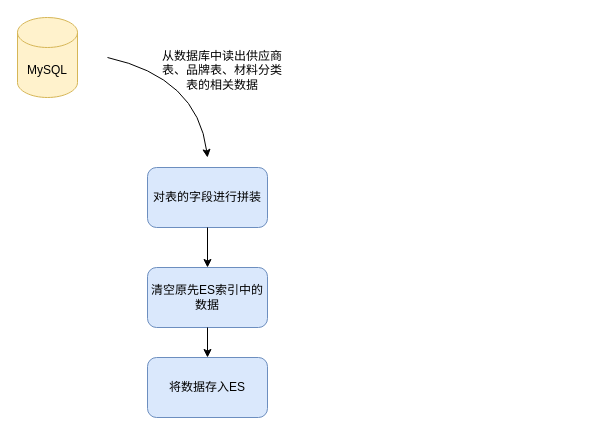
Earlier version of the draw.io diagram draw.io/定时任务逻辑.drawio (KeatonLi/pictures). Source tidied: cells renumbered, new cells numbered last; positions are measured from the earlier drawing's top-left corner, leaving out a move shared by most shapes. Both pictures are drawn from the tidied source at 100%, with x=0, y=0 at pixel (17, 17).
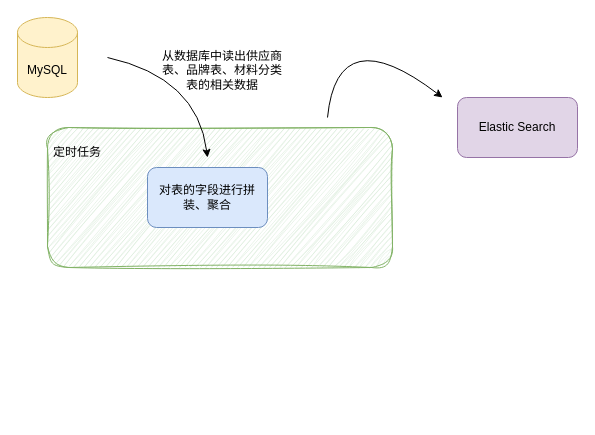
After the change.

Commit message:
更新定时任务逻辑.drawio

Change to the diagram source:
```diff
@@
 <mxGraphModel>
   <root>
     <mxCell id="0" />
     <mxCell id="1" parent="0" />
+    <mxCell id="10" style="rounded=1;whiteSpace=wrap;html=1;fillColor=#d5e8d4;strokeColor=#82b366;sketch=1;curveFitting=1;jiggle=2;" parent="1" vertex="1">
+      <mxGeometry x="30" y="110" width="345" height="140" as="geometry" />
+    </mxCell>
     <mxCell id="2" value="MySQL" style="shape=cylinder3;whiteSpace=wrap;html=1;boundedLbl=1;backgroundOutline=1;size=15;fillColor=#fff2cc;strokeColor=#d6b656;" parent="1" vertex="1">
       <mxGeometry width="60" height="80" as="geometry" />
     </mxCell>
-    <mxCell id="3" value="对表的字段进行拼装" style="rounded=1;whiteSpace=wrap;html=1;fillColor=#dae8fc;strokeColor=#6c8ebf;" parent="1" vertex="1">
+    <mxCell id="3" value="对表的字段进行拼装、聚合" style="rounded=1;whiteSpace=wrap;html=1;fillColor=#dae8fc;strokeColor=#6c8ebf;" parent="1" vertex="1">
       <mxGeometry x="130" y="150" width="120" height="60" as="geometry" />
     </mxCell>
     <mxCell id="4" style="endArrow=classic;html=1;curved=1;" parent="1" edge="1">
       <mxGeometry relative="1" as="geometry">
         <mxPoint x="90" y="40" as="sourcePoint" />
         <mxPoint x="190" y="140" as="targetPoint" />
         <Array as="points">
           <mxPoint x="180" y="60" />
         </Array>
       </mxGeometry>
     </mxCell>
     <mxCell id="5" value="从数据库中读出供应商表、品牌表、材料分类表的相关数据" style="text;html=1;strokeColor=none;fillColor=none;align=center;verticalAlign=middle;whiteSpace=wrap;rounded=0;" parent="1" vertex="1">
       <mxGeometry x="140" y="25" width="130" height="55" as="geometry" />
     </mxCell>
-    <mxCell id="6" style="endArrow=classic;html=1;rounded=0;exitX=0.5;exitY=1;exitDx=0;exitDy=0;entryX=0.5;entryY=0;entryDx=0;entryDy=0;" parent="1" edge="1" source="3" target="7">
-      <mxGeometry relative="1" as="geometry" />
-    </mxCell>
-    <mxCell id="7" value="清空原先ES索引中的数据" style="rounded=1;whiteSpace=wrap;html=1;fillColor=#dae8fc;strokeColor=#6c8ebf;" parent="1" vertex="1">
-      <mxGeometry x="130" y="250" width="120" height="60" as="geometry" />
-    </mxCell>
-    <mxCell id="8" style="endArrow=classic;html=1;rounded=0;exitX=0.5;exitY=1;exitDx=0;exitDy=0;entryX=0.5;entryY=0;entryDx=0;entryDy=0;" parent="1" edge="1" source="7" target="9">
-      <mxGeometry relative="1" as="geometry" />
-    </mxCell>
-    <mxCell id="9" value="将数据存入ES" style="rounded=1;whiteSpace=wrap;html=1;fillColor=#dae8fc;strokeColor=#6c8ebf;" parent="1" vertex="1">
-      <mxGeometry x="130" y="340" width="120" height="60" as="geometry" />
-    </mxCell>
+    <mxCell id="11" value="定时任务" style="text;html=1;strokeColor=none;fillColor=none;align=center;verticalAlign=middle;whiteSpace=wrap;rounded=0;" parent="1" vertex="1">
+      <mxGeometry x="30" y="120" width="60" height="30" as="geometry" />
+    </mxCell>
+    <mxCell id="12" style="endArrow=classic;html=1;curved=1;" parent="1" edge="1">
+      <mxGeometry relative="1" as="geometry">
+        <mxPoint x="310" y="100" as="sourcePoint" />
+        <mxPoint x="425" y="80" as="targetPoint" />
+        <Array as="points">
+          <mxPoint x="320" />
+        </Array>
+      </mxGeometry>
+    </mxCell>
+    <mxCell id="13" value="Elastic Search" style="rounded=1;whiteSpace=wrap;html=1;fillColor=#e1d5e7;strokeColor=#9673a6;" parent="1" vertex="1">
+      <mxGeometry x="440" y="80" width="120" height="60" as="geometry" />
+    </mxCell>
   </root>
 </mxGraphModel>
```
